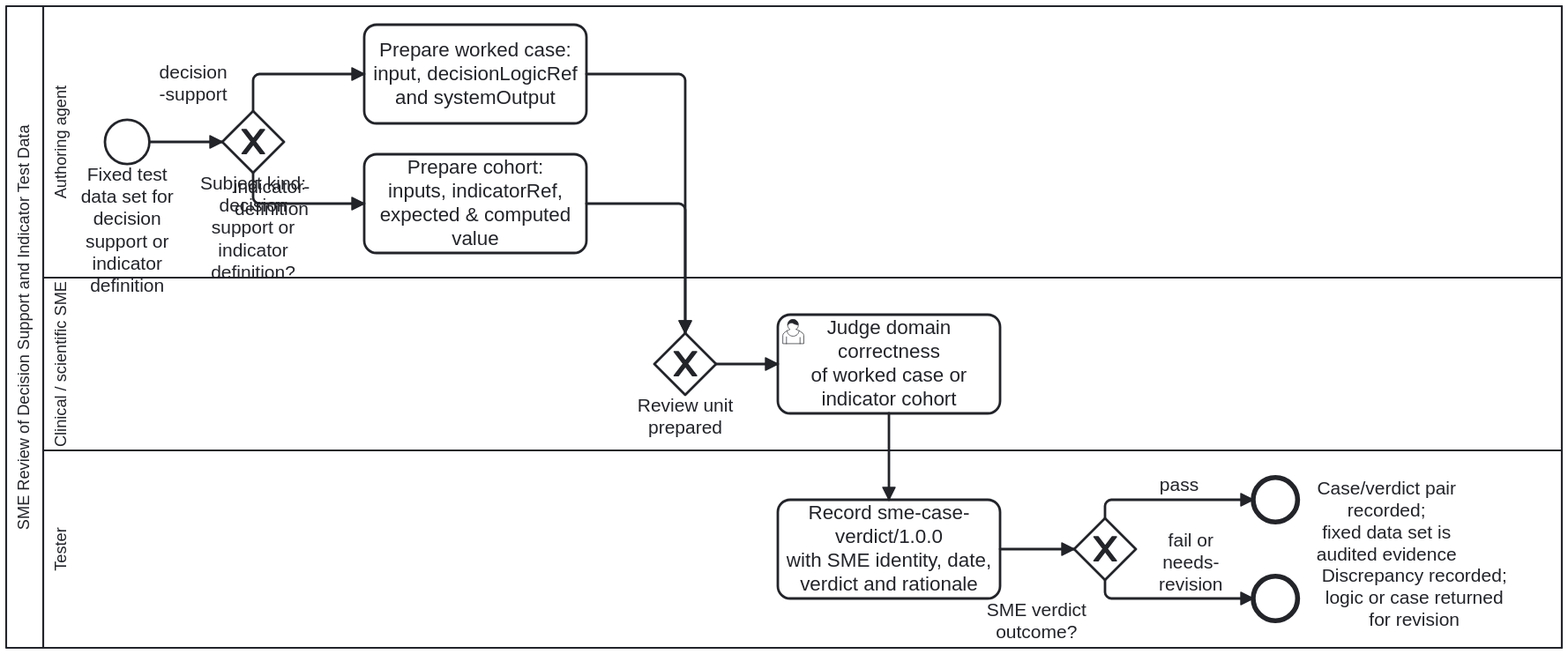
Above: docs/assets/img/workflows/sme-test-data-review.svg in litlfred/cat-harness (BPMN), before the change. Its source is kept beside it as processes/sdlc/sme-test-data-review.bpmn. Ids are renumbered.
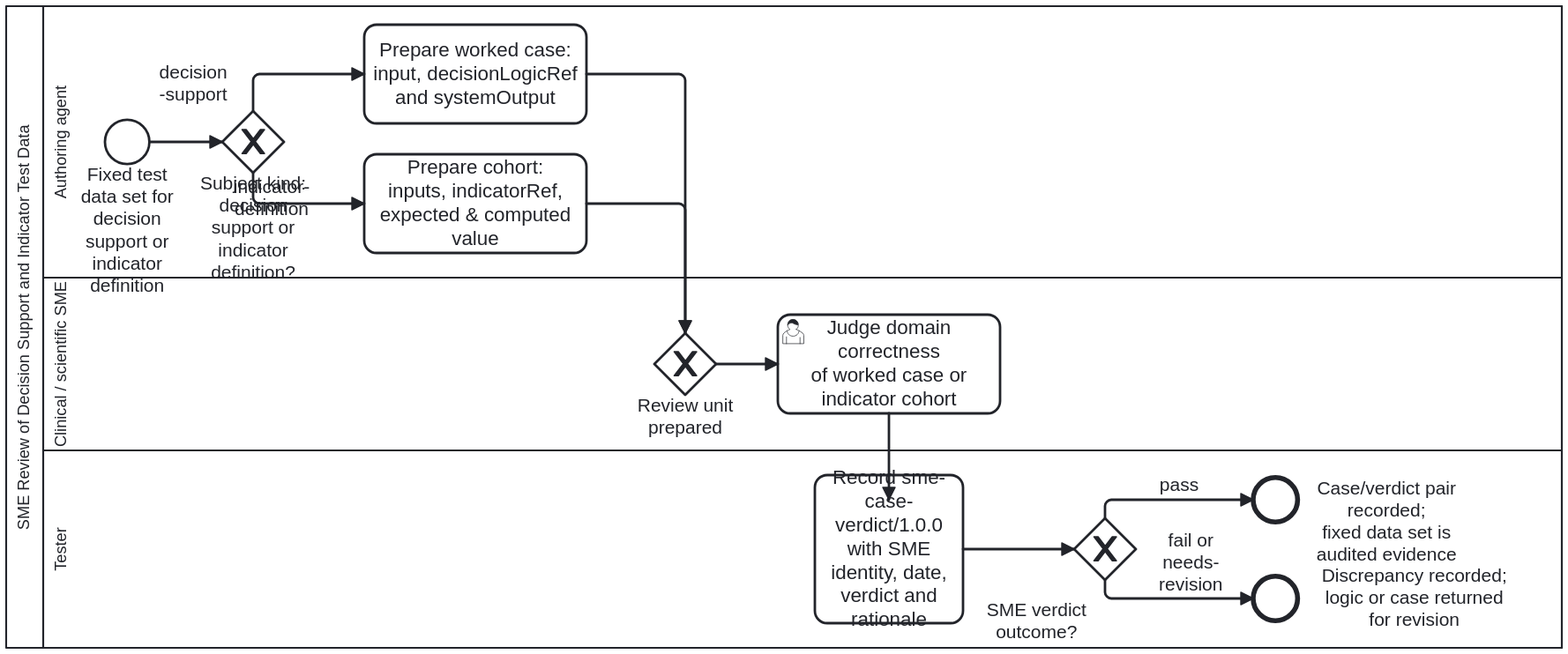
Later version of the same file.

The edit, as a diff of the source:
```diff
@@ -141,50 +141,50 @@
   <bpmndi:BPMNDiagram id="BPMNDiagram_SmeTestDataReview">
     <bpmndi:BPMNPlane id="BPMNPlane_SmeTestDataReview" bpmnElement="Collaboration_SmeTestDataReview">
       <bpmndi:BPMNShape id="Shape_Participant_SmeTestDataReview" bpmnElement="Participant_SmeTestDataReview" isHorizontal="true">
-        <dc:Bounds x="120" y="60" width="1260" height="520"/>
+        <dc:Bounds x="120" y="60" width="1260" height="520" />
       </bpmndi:BPMNShape>
       <bpmndi:BPMNShape id="Shape_Lane_Prepare" bpmnElement="Lane_Prepare" isHorizontal="true">
-        <dc:Bounds x="150" y="60" width="1230" height="220"/>
+        <dc:Bounds x="150" y="60" width="1230" height="220" />
       </bpmndi:BPMNShape>
       <bpmndi:BPMNShape id="Shape_Lane_SME" bpmnElement="Lane_SME" isHorizontal="true">
-        <dc:Bounds x="150" y="280" width="1230" height="140"/>
+        <dc:Bounds x="150" y="280" width="1230" height="140" />
       </bpmndi:BPMNShape>
       <bpmndi:BPMNShape id="Shape_Lane_Record" bpmnElement="Lane_Record" isHorizontal="true">
-        <dc:Bounds x="150" y="420" width="1230" height="160"/>
+        <dc:Bounds x="150" y="420" width="1230" height="160" />
       </bpmndi:BPMNShape>
       <bpmndi:BPMNShape id="Shape_Start_SmeReview" bpmnElement="Start_SmeReview">
-        <dc:Bounds x="200" y="152" width="36" height="36"/>
+        <dc:Bounds x="200" y="152" width="36" height="36" />
       </bpmndi:BPMNShape>
       <bpmndi:BPMNShape id="Shape_GW_SubjectKind" bpmnElement="GW_SubjectKind" isMarkerVisible="true">
-        <dc:Bounds x="295" y="145" width="50" height="50"/>
+        <dc:Bounds x="295" y="145" width="50" height="50" />
       </bpmndi:BPMNShape>
       <bpmndi:BPMNShape id="Shape_Task_PrepareWorkedCase" bpmnElement="Task_PrepareWorkedCase">
-        <dc:Bounds x="410" y="75" width="180" height="80"/>
+        <dc:Bounds x="410" y="75" width="180" height="80" />
       </bpmndi:BPMNShape>
       <bpmndi:BPMNShape id="Shape_Task_PrepareCohort" bpmnElement="Task_PrepareCohort">
-        <dc:Bounds x="410" y="180" width="180" height="80"/>
+        <dc:Bounds x="410" y="180" width="180" height="80" />
       </bpmndi:BPMNShape>
       <bpmndi:BPMNShape id="Shape_GW_ReadyForSme" bpmnElement="GW_ReadyForSme" isMarkerVisible="true">
-        <dc:Bounds x="645" y="325" width="50" height="50"/>
+        <dc:Bounds x="645" y="325" width="50" height="50" />
       </bpmndi:BPMNShape>
       <bpmndi:BPMNShape id="Shape_Task_SmeJudge" bpmnElement="Task_SmeJudge">
-        <dc:Bounds x="745" y="310" width="180" height="80"/>
+        <dc:Bounds x="745" y="310" width="180" height="80" />
       </bpmndi:BPMNShape>
       <bpmndi:BPMNShape id="Shape_Task_RecordCaseVerdict" bpmnElement="Task_RecordCaseVerdict">
-        <dc:Bounds x="745" y="460" width="180" height="80"/>
+        <dc:Bounds x="775" y="440" width="120" height="120" />
       </bpmndi:BPMNShape>
       <bpmndi:BPMNShape id="Shape_GW_VerdictOutcome" bpmnElement="GW_VerdictOutcome" isMarkerVisible="true">
-        <dc:Bounds x="985" y="475" width="50" height="50"/>
-        <bpmndi:BPMNLabel><dc:Bounds x="909.92" y="540.5" width="90" height="35" /></bpmndi:BPMNLabel>
-      </bpmndi:BPMNShape>
+        <dc:Bounds x="985" y="475" width="50" height="50" />
+
+      <bpmndi:BPMNLabel><dc:Bounds x="909.92" y="540.5" width="90" height="35" /></bpmndi:BPMNLabel></bpmndi:BPMNShape>
       <bpmndi:BPMNShape id="Shape_End_Reviewed" bpmnElement="End_Reviewed">
-        <dc:Bounds x="1130" y="442" width="36" height="36"/>
-        <bpmndi:BPMNLabel><dc:Bounds x="1170" y="442" width="136" height="90" /></bpmndi:BPMNLabel>
-      </bpmndi:BPMNShape>
+        <dc:Bounds x="1130" y="442" width="36" height="36" />
+
+      <bpmndi:BPMNLabel><dc:Bounds x="1170" y="442" width="136" height="90" /></bpmndi:BPMNLabel></bpmndi:BPMNShape>
       <bpmndi:BPMNShape id="Shape_End_NeedsRevision" bpmnElement="End_NeedsRevision">
-        <dc:Bounds x="1130" y="522" width="36" height="36"/>
-        <bpmndi:BPMNLabel><dc:Bounds x="1170" y="513" width="180" height="54" /></bpmndi:BPMNLabel>
-      </bpmndi:BPMNShape>
+        <dc:Bounds x="1130" y="522" width="36" height="36" />
+
+      <bpmndi:BPMNLabel><dc:Bounds x="1170" y="513" width="180" height="54" /></bpmndi:BPMNLabel></bpmndi:BPMNShape>
 
       <bpmndi:BPMNEdge id="Edge_Flow_1" bpmnElement="Flow_1">
         <di:waypoint x="236" y="170"/>
@@ -216,12 +216,12 @@
         <di:waypoint x="745" y="350"/>
       </bpmndi:BPMNEdge>
       <bpmndi:BPMNEdge id="Edge_Flow_5" bpmnElement="Flow_5">
-        <di:waypoint x="835" y="390"/>
-        <di:waypoint x="835" y="460"/>
+        <di:waypoint x="835" y="390" />
+        <di:waypoint x="835" y="460" />
       </bpmndi:BPMNEdge>
       <bpmndi:BPMNEdge id="Edge_Flow_6" bpmnElement="Flow_6">
-        <di:waypoint x="925" y="500"/>
-        <di:waypoint x="985" y="500"/>
+        <di:waypoint x="895" y="500" />
+        <di:waypoint x="985" y="500" />
       </bpmndi:BPMNEdge>
       <bpmndi:BPMNEdge id="Edge_Flow_Pass" bpmnElement="Flow_Pass">
         <di:waypoint x="1010" y="475"/>
```
